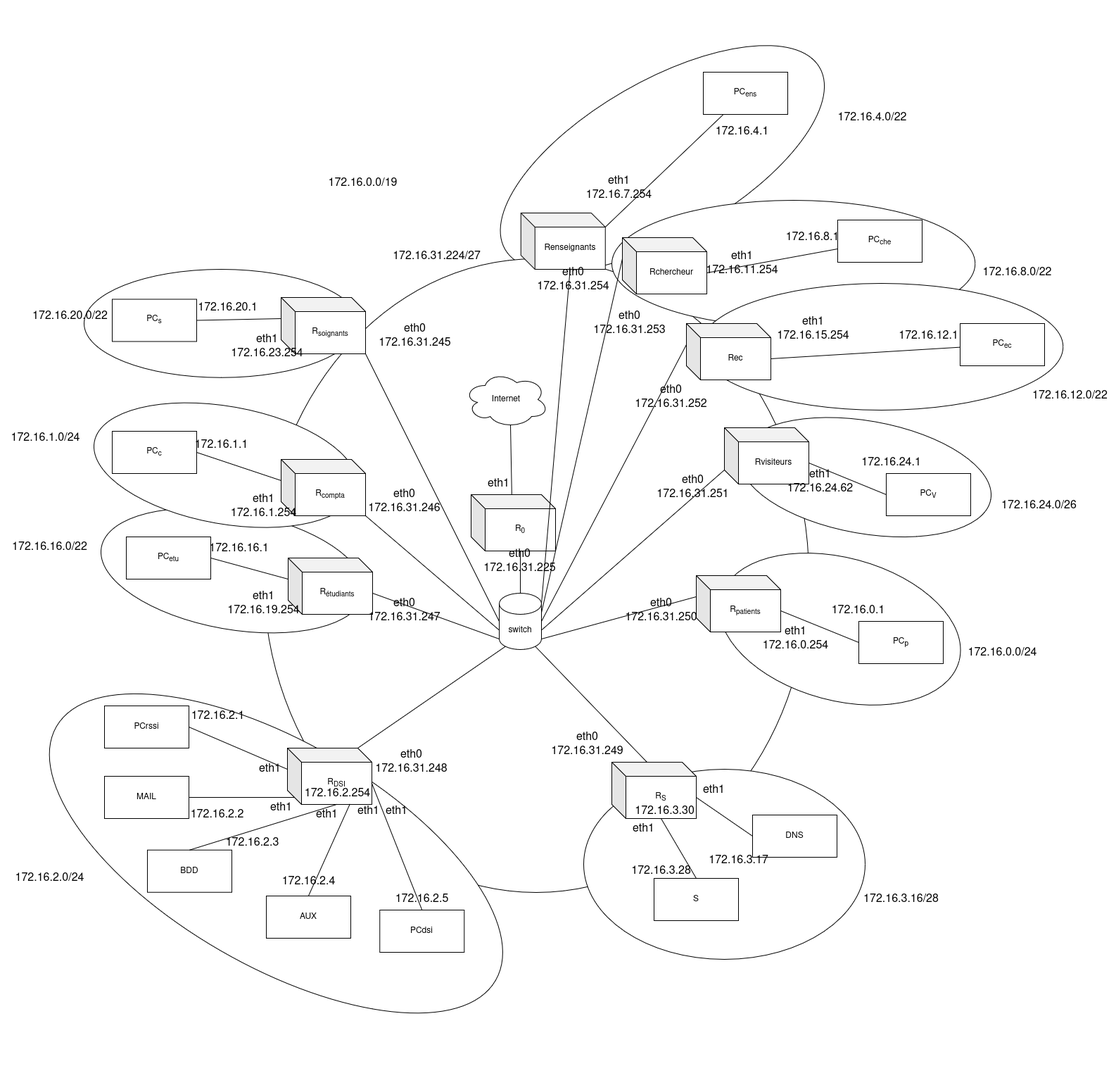
Above: ressources/Diagramme_de_reseau.drawio.png in mperrot36/SAE_3.01_B (draw.io), before the change. Source tidied: cells renumbered, new cells last; positions are measured from the earlier drawing's top-left corner, leaving out a move shared by most shapes.
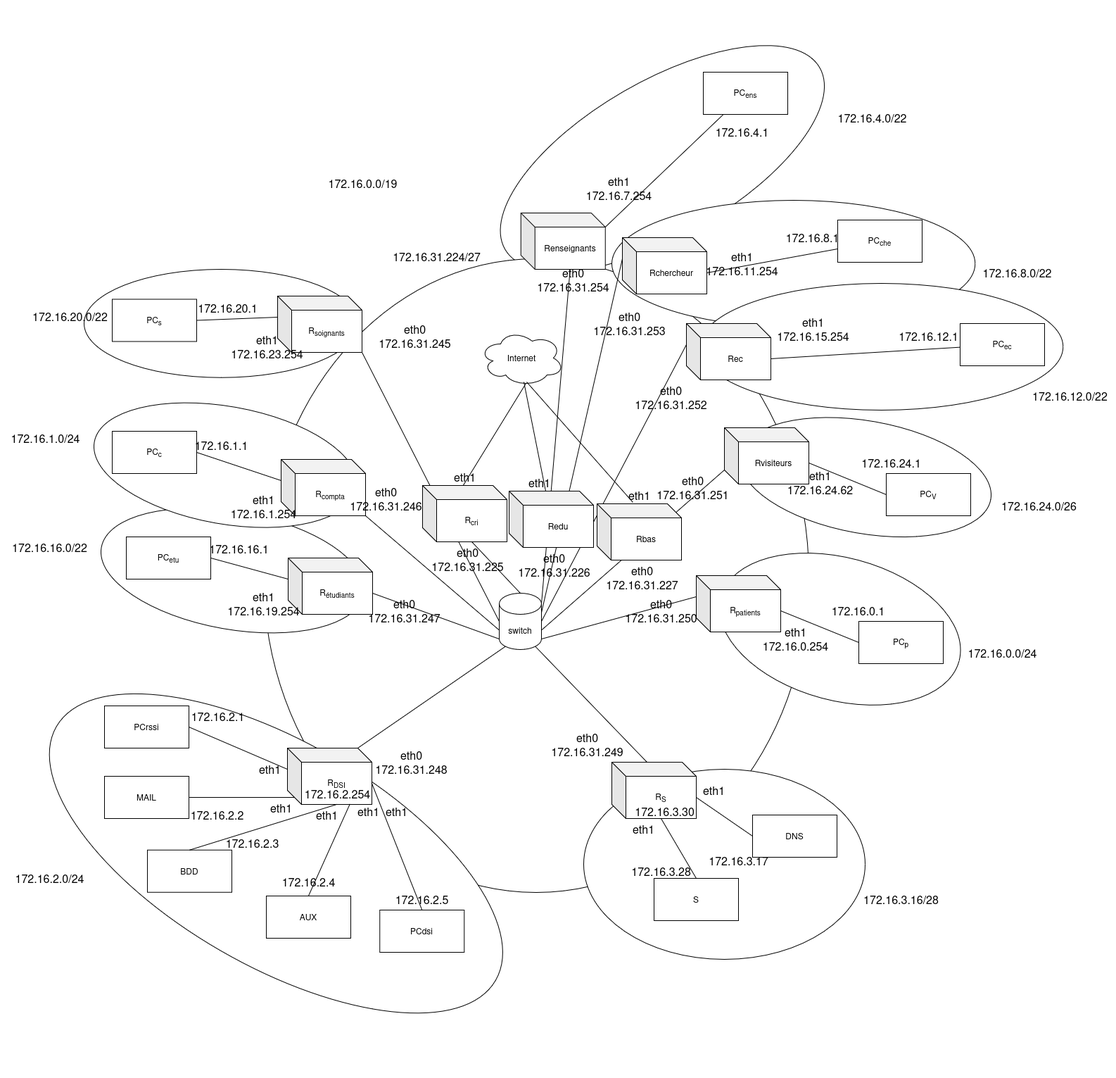
After the change.

The edit, as a diff of the source:
```diff
@@ -35,11 +35,8 @@
     <mxCell id="12" style="ellipse;whiteSpace=wrap;html=1;rotation=15;" parent="1" vertex="1">
       <mxGeometry x="1014" y="689.6" width="350.5" height="202.7" as="geometry" />
     </mxCell>
-    <mxCell id="13" value="R&lt;sub&gt;0&lt;/sub&gt;" style="shape=cube;whiteSpace=wrap;html=1;boundedLbl=1;backgroundOutline=1;darkOpacity=0.05;darkOpacity2=0.1;" parent="1" vertex="1">
-      <mxGeometry x="665" y="600" width="120" height="80" as="geometry" />
-    </mxCell>
     <mxCell id="14" value="Internet" style="ellipse;shape=cloud;whiteSpace=wrap;html=1;" parent="1" vertex="1">
-      <mxGeometry x="655" y="425" width="120" height="80" as="geometry" />
+      <mxGeometry x="677" y="366" width="120" height="80" as="geometry" />
     </mxCell>
     <mxCell id="15" style="endArrow=none;html=1;rounded=0;exitX=0.482;exitY=-0.002;exitDx=0;exitDy=0;exitPerimeter=0;entryX=0.55;entryY=0.95;entryDx=0;entryDy=0;entryPerimeter=0;" parent="1" edge="1" source="13" target="14">
       <mxGeometry relative="1" as="geometry" />
@@ -144,7 +141,7 @@
       <mxGeometry relative="1" as="geometry" />
     </mxCell>
     <mxCell id="49" value="R&lt;sub&gt;soignants&lt;/sub&gt;" style="shape=cube;whiteSpace=wrap;html=1;boundedLbl=1;backgroundOutline=1;darkOpacity=0.05;darkOpacity2=0.1;" parent="1" vertex="1">
-      <mxGeometry x="395" y="320" width="120" height="80" as="geometry" />
+      <mxGeometry x="390" y="318" width="120" height="80" as="geometry" />
     </mxCell>
     <mxCell id="50" style="endArrow=none;html=1;rounded=0;exitX=1;exitY=1;exitDx=0;exitDy=0;exitPerimeter=0;entryX=0;entryY=0.5;entryDx=0;entryDy=0;entryPerimeter=0;" parent="1" edge="1" source="49" target="118">
       <mxGeometry relative="1" as="geometry" />
@@ -336,7 +333,7 @@
       <mxGeometry x="505.3" y="740" width="130" height="50" as="geometry" />
     </mxCell>
     <mxCell id="113" value="&lt;div&gt;eth0&lt;/div&gt;&lt;div&gt;172.16.31.246&lt;/div&gt;" style="text;html=1;align=center;verticalAlign=middle;strokeColor=none;fillColor=none;fontSize=16;" parent="1" vertex="1">
-      <mxGeometry x="505.3" y="585" width="130" height="50" as="geometry" />
+      <mxGeometry x="479" y="581" width="130" height="50" as="geometry" />
     </mxCell>
     <mxCell id="114" value="&lt;div&gt;eth0&lt;/div&gt;&lt;div&gt;172.16.31.245&lt;/div&gt;" style="text;html=1;align=center;verticalAlign=middle;strokeColor=none;fillColor=none;fontSize=16;" parent="1" vertex="1">
       <mxGeometry x="520" y="350" width="130" height="50" as="geometry" />
@@ -345,10 +342,10 @@
       <mxGeometry relative="1" as="geometry" />
     </mxCell>
     <mxCell id="116" value="&lt;div&gt;eth0&lt;/div&gt;&lt;div&gt;172.16.31.225&lt;/div&gt;" style="text;html=1;align=center;verticalAlign=middle;strokeColor=none;fillColor=none;fontSize=16;" parent="1" vertex="1">
-      <mxGeometry x="673.7" y="670" width="120" height="50" as="geometry" />
+      <mxGeometry x="600" y="667" width="120" height="50" as="geometry" />
     </mxCell>
     <mxCell id="117" value="&lt;div&gt;eth1&lt;/div&gt;" style="text;html=1;align=center;verticalAlign=middle;strokeColor=none;fillColor=none;fontSize=16;" parent="1" vertex="1">
-      <mxGeometry x="678.7" y="570" width="50" height="30" as="geometry" />
+      <mxGeometry x="631" y="560" width="50" height="30" as="geometry" />
     </mxCell>
     <mxCell id="118" value="switch" style="shape=cylinder3;whiteSpace=wrap;html=1;boundedLbl=1;backgroundOutline=1;size=15;" parent="1" vertex="1">
       <mxGeometry x="705" y="740" width="60" height="80" as="geometry" />
@@ -368,5 +365,32 @@
     <mxCell id="123" value="172.16.31.224/27" style="text;html=1;align=center;verticalAlign=middle;strokeColor=none;fillColor=none;fontSize=16;" parent="1" vertex="1">
       <mxGeometry x="544" y="246" width="143" height="31" as="geometry" />
     </mxCell>
+    <mxCell id="124" value="Redu" style="shape=cube;whiteSpace=wrap;html=1;boundedLbl=1;backgroundOutline=1;darkOpacity=0.05;darkOpacity2=0.1;" parent="1" vertex="1">
+      <mxGeometry x="719" y="595" width="120" height="80" as="geometry" />
+    </mxCell>
+    <mxCell id="125" value="&lt;div&gt;eth0&lt;/div&gt;&lt;div&gt;172.16.31.226&lt;/div&gt;" style="text;html=1;align=center;verticalAlign=middle;strokeColor=none;fillColor=none;fontSize=16;" parent="1" vertex="1">
+      <mxGeometry x="723" y="675" width="120" height="50" as="geometry" />
+    </mxCell>
+    <mxCell id="126" value="&lt;div&gt;eth1&lt;/div&gt;" style="text;html=1;align=center;verticalAlign=middle;strokeColor=none;fillColor=none;fontSize=16;" parent="1" vertex="1">
+      <mxGeometry x="737" y="568" width="50" height="30" as="geometry" />
+    </mxCell>
+    <mxCell id="127" value="Rbas" style="shape=cube;whiteSpace=wrap;html=1;boundedLbl=1;backgroundOutline=1;darkOpacity=0.05;darkOpacity2=0.1;" parent="1" vertex="1">
+      <mxGeometry x="844" y="613" width="120" height="80" as="geometry" />
+    </mxCell>
+    <mxCell id="128" value="&lt;div&gt;eth0&lt;/div&gt;&lt;div&gt;172.16.31.227&lt;/div&gt;" style="text;html=1;align=center;verticalAlign=middle;strokeColor=none;fillColor=none;fontSize=16;" parent="1" vertex="1">
+      <mxGeometry x="848" y="693" width="120" height="50" as="geometry" />
+    </mxCell>
+    <mxCell id="129" value="&lt;div&gt;eth1&lt;/div&gt;" style="text;html=1;align=center;verticalAlign=middle;strokeColor=none;fillColor=none;fontSize=16;" parent="1" vertex="1">
+      <mxGeometry x="879" y="586" width="50" height="30" as="geometry" />
+    </mxCell>
+    <mxCell id="130" style="endArrow=none;html=1;rounded=0;entryX=0.525;entryY=0.925;entryDx=0;entryDy=0;entryPerimeter=0;" parent="1" edge="1" source="124" target="14">
+      <mxGeometry relative="1" as="geometry" />
+    </mxCell>
+    <mxCell id="13" value="R&lt;sub&gt;cri&lt;/sub&gt;" style="shape=cube;whiteSpace=wrap;html=1;boundedLbl=1;backgroundOutline=1;darkOpacity=0.05;darkOpacity2=0.1;" parent="1" vertex="1">
+      <mxGeometry x="596" y="587" width="120" height="80" as="geometry" />
+    </mxCell>
+    <mxCell id="131" style="endArrow=none;html=1;rounded=0;entryX=0.558;entryY=0.925;entryDx=0;entryDy=0;entryPerimeter=0;exitX=0.425;exitY=-0.025;exitDx=0;exitDy=0;exitPerimeter=0;" parent="1" edge="1" source="127" target="14">
+      <mxGeometry relative="1" as="geometry" />
+    </mxCell>
   </root>
 </mxGraphModel>
```
